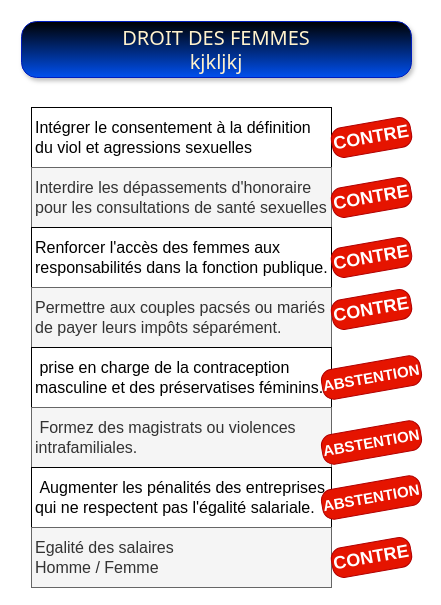
This is drawio/droitsFemmes.drawio from bernard44600/cedbn, a draw.io file, before an edit. Source tidied: cells renumbered, new cells numbered last; positions are measured from the earlier drawing's top-left corner, leaving out a move shared by most shapes. Both pictures are drawn from the tidied source at 100%, with x=0, y=0 at pixel (21, 21).
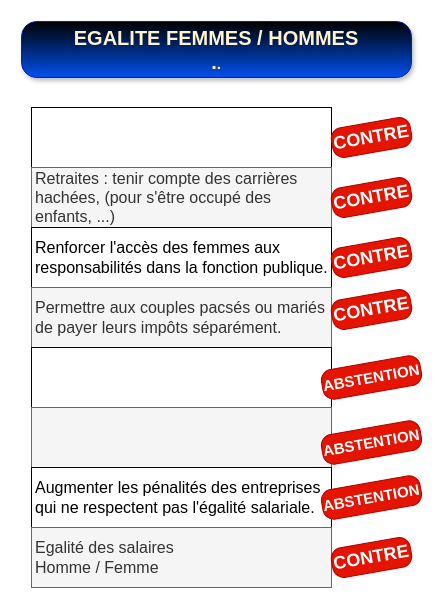
The same diagram, later.

What changed in the source:
```diff
@@
 <mxGraphModel>
   <root>
     <mxCell id="0" />
     <mxCell id="1" parent="0" />
-    <mxCell id="2" value="DROIT DES FEMMES&lt;br&gt;kjkljkj" style="rounded=1;whiteSpace=wrap;html=1;fontSize=20;fillColor=#0050ef;strokeColor=#001DBC;fontColor=#FFF2CC;gradientColor=default;gradientDirection=north;roundedPerimeter=1;shadow=1;glass=0;multiple=0;fontFamily=Tahoma;labelBackgroundColor=none;arcSize=27;" parent="1" vertex="1">
+    <mxCell id="2" value="&lt;font face=&quot;Helvetica&quot;&gt;&lt;b&gt;EGALITE FEMMES / HOMMES&lt;br&gt;.&lt;font style=&quot;font-size: 15px;&quot;&gt;.&lt;/font&gt;&lt;/b&gt;&lt;/font&gt;" style="rounded=1;whiteSpace=wrap;html=1;fontSize=20;fillColor=#0050ef;strokeColor=#001DBC;fontColor=#FFF2CC;gradientColor=default;gradientDirection=north;roundedPerimeter=1;shadow=1;glass=0;multiple=0;fontFamily=Tahoma;labelBackgroundColor=none;arcSize=27;" parent="1" vertex="1">
       <mxGeometry width="390" height="56" as="geometry" />
     </mxCell>
-    <mxCell id="3" value="Intégrer le consentement à la définition du viol et agressions sexuelles" style="rounded=0;whiteSpace=wrap;html=1;fontFamily=Helvetica;fontSize=16;align=left;spacingLeft=2;" parent="1" vertex="1">
+    <mxCell id="3" style="rounded=0;whiteSpace=wrap;html=1;fontFamily=Helvetica;fontSize=16;align=left;spacingLeft=2;" parent="1" vertex="1">
       <mxGeometry x="10" y="86" width="300" height="60" as="geometry" />
     </mxCell>
-    <mxCell id="4" value="Interdire les dépassements d'honoraire pour les consultations de santé sexuelles" style="rounded=0;whiteSpace=wrap;html=1;fontFamily=Helvetica;fontSize=16;align=left;fillColor=#f5f5f5;fontColor=#333333;strokeColor=#666666;spacingLeft=2;" parent="1" vertex="1">
+    <mxCell id="4" value="Retraites : tenir compte des carrières hachées, (pour s'être occupé des enfants, ...)" style="rounded=0;whiteSpace=wrap;html=1;fontFamily=Helvetica;fontSize=16;align=left;fillColor=#f5f5f5;fontColor=#333333;strokeColor=#666666;spacingLeft=2;" parent="1" vertex="1">
       <mxGeometry x="10" y="146" width="300" height="60" as="geometry" />
     </mxCell>
     <mxCell id="5" value="Renforcer l'accès des femmes aux responsabilités dans la fonction publique." style="rounded=0;whiteSpace=wrap;html=1;fontFamily=Helvetica;fontSize=16;align=left;spacingLeft=2;" parent="1" vertex="1">
       <mxGeometry x="10" y="206" width="300" height="60" as="geometry" />
     </mxCell>
     <mxCell id="6" value="Permettre aux couples pacsés ou mariés de payer leurs impôts séparément." style="rounded=0;whiteSpace=wrap;html=1;fontFamily=Helvetica;fontSize=16;align=left;fillColor=#f5f5f5;fontColor=#333333;strokeColor=#666666;spacingLeft=2;" parent="1" vertex="1">
       <mxGeometry x="10" y="266" width="300" height="60" as="geometry" />
     </mxCell>
-    <mxCell id="7" value="&amp;nbsp;prise en charge de la contraception masculine et des préservatises féminins." style="rounded=0;whiteSpace=wrap;html=1;fontFamily=Helvetica;fontSize=16;align=left;spacingLeft=2;" parent="1" vertex="1">
+    <mxCell id="7" style="rounded=0;whiteSpace=wrap;html=1;fontFamily=Helvetica;fontSize=16;align=left;spacingLeft=2;" parent="1" vertex="1">
       <mxGeometry x="10" y="326" width="300" height="60" as="geometry" />
     </mxCell>
-    <mxCell id="8" value="&amp;nbsp;Formez des magistrats ou violences intrafamiliales." style="rounded=0;whiteSpace=wrap;html=1;fontFamily=Helvetica;fontSize=16;align=left;fillColor=#f5f5f5;fontColor=#333333;strokeColor=#666666;spacingLeft=2;" parent="1" vertex="1">
+    <mxCell id="8" style="rounded=0;whiteSpace=wrap;html=1;fontFamily=Helvetica;fontSize=16;align=left;fillColor=#f5f5f5;fontColor=#333333;strokeColor=#666666;spacingLeft=2;" parent="1" vertex="1">
       <mxGeometry x="10" y="386" width="300" height="60" as="geometry" />
     </mxCell>
-    <mxCell id="9" value="&amp;nbsp;Augmenter les pénalités des entreprises qui ne respectent pas l'égalité salariale." style="rounded=0;whiteSpace=wrap;html=1;fontFamily=Helvetica;fontSize=16;align=left;spacingLeft=2;" parent="1" vertex="1">
+    <mxCell id="9" value="Augmenter les pénalités des entreprises qui ne respectent pas l'égalité salariale." style="rounded=0;whiteSpace=wrap;html=1;fontFamily=Helvetica;fontSize=16;align=left;spacingLeft=2;" parent="1" vertex="1">
       <mxGeometry x="10" y="446" width="300" height="60" as="geometry" />
     </mxCell>
     <mxCell id="10" value="Egalité des salaires &lt;br&gt;Homme / Femme" style="rounded=0;whiteSpace=wrap;html=1;fontFamily=Helvetica;fontSize=16;align=left;fillColor=#f5f5f5;fontColor=#333333;strokeColor=#666666;spacingLeft=2;" parent="1" vertex="1">
       <mxGeometry x="10" y="506" width="300" height="60" as="geometry" />
     </mxCell>
     <mxCell id="11" value="CONTRE" style="text;html=1;whiteSpace=wrap;strokeColor=#B20000;fillColor=#e51400;align=center;verticalAlign=middle;rounded=1;fontSize=18;fontColor=#ffffff;fontStyle=1;roundedPerimeter=1;arcSize=37;rotation=-10;" parent="1" vertex="1">
       <mxGeometry x="310" y="101" width="80" height="30" as="geometry" />
     </mxCell>
     <mxCell id="12" value="CONTRE" style="text;html=1;whiteSpace=wrap;strokeColor=#B20000;fillColor=#e51400;align=center;verticalAlign=middle;rounded=1;fontSize=18;fontColor=#ffffff;fontStyle=1;roundedPerimeter=1;arcSize=37;rotation=-10;" parent="1" vertex="1">
       <mxGeometry x="310" y="161" width="80" height="30" as="geometry" />
     </mxCell>
     <mxCell id="13" value="CONTRE" style="text;html=1;whiteSpace=wrap;strokeColor=#B20000;fillColor=#e51400;align=center;verticalAlign=middle;rounded=1;fontSize=18;fontColor=#ffffff;fontStyle=1;roundedPerimeter=1;arcSize=37;rotation=-10;" parent="1" vertex="1">
       <mxGeometry x="310" y="221" width="80" height="30" as="geometry" />
     </mxCell>
     <mxCell id="14" value="CONTRE" style="text;html=1;whiteSpace=wrap;strokeColor=#B20000;fillColor=#e51400;align=center;verticalAlign=middle;rounded=1;fontSize=18;fontColor=#ffffff;fontStyle=1;roundedPerimeter=1;arcSize=37;rotation=-10;" parent="1" vertex="1">
       <mxGeometry x="310" y="273" width="80" height="30" as="geometry" />
     </mxCell>
     <mxCell id="15" value="ABSTENTION" style="text;html=1;whiteSpace=wrap;strokeColor=#B20000;fillColor=#e51400;align=center;verticalAlign=middle;rounded=1;fontSize=15;fontColor=#ffffff;fontStyle=1;roundedPerimeter=1;arcSize=37;rotation=-10;" parent="1" vertex="1">
       <mxGeometry x="300" y="341" width="100" height="30" as="geometry" />
     </mxCell>
     <mxCell id="16" value="ABSTENTION" style="text;html=1;whiteSpace=wrap;strokeColor=#B20000;fillColor=#e51400;align=center;verticalAlign=middle;rounded=1;fontSize=15;fontColor=#ffffff;fontStyle=1;roundedPerimeter=1;arcSize=37;rotation=-10;" parent="1" vertex="1">
       <mxGeometry x="300" y="406" width="100" height="30" as="geometry" />
     </mxCell>
     <mxCell id="17" value="ABSTENTION" style="text;html=1;whiteSpace=wrap;strokeColor=#B20000;fillColor=#e51400;align=center;verticalAlign=middle;rounded=1;fontSize=15;fontColor=#ffffff;fontStyle=1;roundedPerimeter=1;arcSize=37;rotation=-10;" parent="1" vertex="1">
       <mxGeometry x="300" y="461" width="100" height="30" as="geometry" />
     </mxCell>
     <mxCell id="18" value="CONTRE" style="text;html=1;whiteSpace=wrap;strokeColor=#B20000;fillColor=#e51400;align=center;verticalAlign=middle;rounded=1;fontSize=18;fontColor=#ffffff;fontStyle=1;roundedPerimeter=1;arcSize=37;rotation=-10;" parent="1" vertex="1">
       <mxGeometry x="310" y="521" width="80" height="30" as="geometry" />
     </mxCell>
   </root>
 </mxGraphModel>
```
